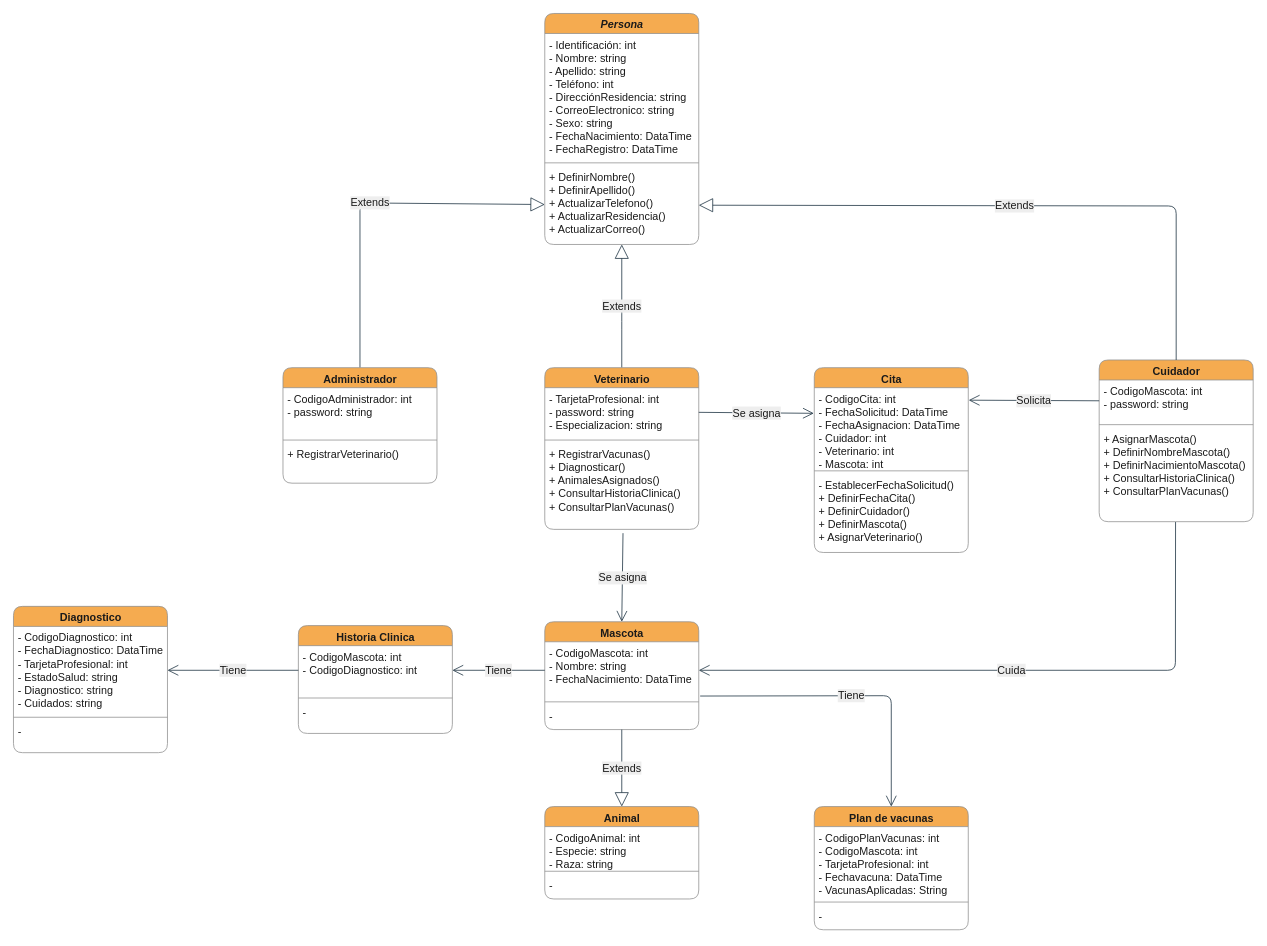
The draw.io diagram page "Diagrama de clases" (1 of 3) of Diagramas.drawio in juandabi/teleVeterinaria, before the edit. Source tidied: cells renumbered, new cells numbered last; positions are measured from the earlier drawing's top-left corner, leaving out a move shared by most shapes. Both pictures are drawn from the tidied source at 77%, with x=0, y=0 at pixel (13, 13).
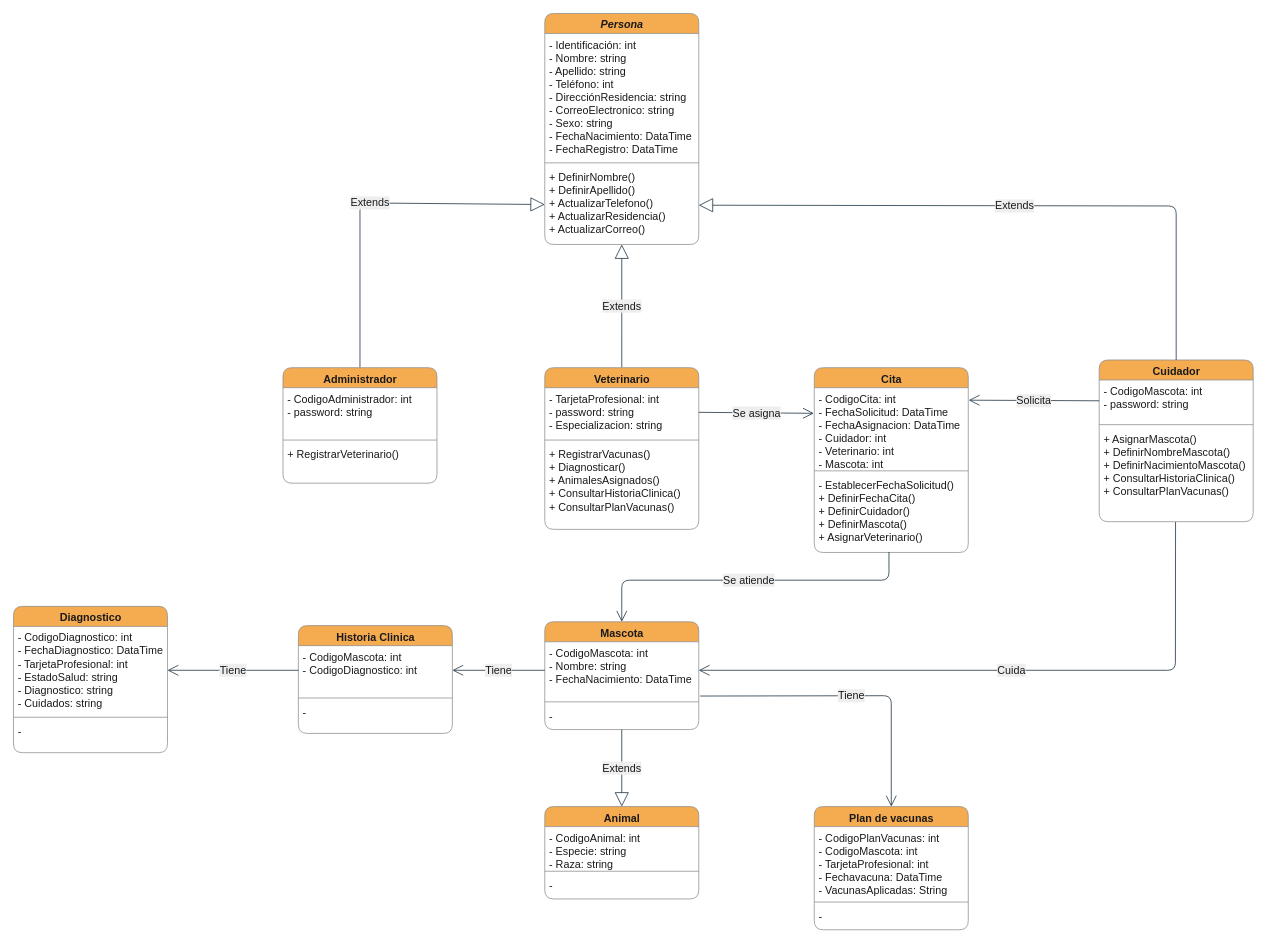
Above is the later version.

Commit message:
Se cambia la releación de veterinario mascota, a cita mascota

The change refers to these unchanged cells:
```xml
<mxCell id="11" value="- EstablecerFechaSolicitud()&#10;+ DefinirFechaCita()&#10;+ DefinirCuidador()&#10;+ DefinirMascota()&#10;+ AsignarVeterinario()&#10;" style="text;strokeColor=none;fillColor=none;align=left;verticalAlign=top;spacingLeft=4;spacingRight=4;overflow=hidden;points=[[0,0.5],[1,0.5]];portConstraint=eastwest;fontSize=14;rounded=1;fontColor=#1A1A1A;" parent="8" vertex="1">
  <mxGeometry y="138" width="200" height="102" as="geometry" />
</mxCell>
<mxCell id="19" value="+ RegistrarVacunas()&#10;+ Diagnosticar()&#10;+ AnimalesAsignados()&#10;+ ConsultarHistoriaClinica()&#10;+ ConsultarPlanVacunas()" style="text;strokeColor=none;fillColor=none;align=left;verticalAlign=top;spacingLeft=4;spacingRight=4;overflow=hidden;points=[[0,0.5],[1,0.5]];portConstraint=eastwest;fontSize=14;rounded=1;fontColor=#1A1A1A;" parent="16" vertex="1">
  <mxGeometry y="98" width="200" height="112" as="geometry" />
</mxCell>
<mxCell id="24" value="Mascota" style="swimlane;fontStyle=1;align=center;verticalAlign=top;horizontal=1;startSize=26;fontSize=14;html=1;rounded=1;fillColor=#F5AB50;strokeColor=#909090;fontColor=#1A1A1A;" parent="1" vertex="1">
  <mxGeometry x="690" y="790" width="200" height="140" as="geometry" />
</mxCell>
```

What changed in the source:
```diff
@@
-    <mxCell id="51" value="Se asigna" style="endArrow=open;endFill=1;endSize=12;html=1;fontSize=14;entryX=0.5;entryY=0;entryDx=0;entryDy=0;exitX=0.508;exitY=1.044;exitDx=0;exitDy=0;exitPerimeter=0;strokeColor=#182E3E;fontColor=#1A1A1A;labelBackgroundColor=#EEEEEE;" parent="1" edge="1" source="19" target="24">
-      <mxGeometry relative="1" as="geometry" />
+    <mxCell id="51" value="Se atiende" style="endArrow=open;endFill=1;endSize=12;html=1;fontSize=14;entryX=0.5;entryY=0;entryDx=0;entryDy=0;exitX=0.485;exitY=0.993;exitDx=0;exitDy=0;exitPerimeter=0;strokeColor=#182E3E;fontColor=#1A1A1A;labelBackgroundColor=#EEEEEE;" parent="1" edge="1" source="11" target="24">
+      <mxGeometry relative="1" as="geometry">
+        <Array as="points">
+          <mxPoint x="1137" y="736" />
+          <mxPoint x="790" y="736" />
+        </Array>
+      </mxGeometry>
     </mxCell>
```
